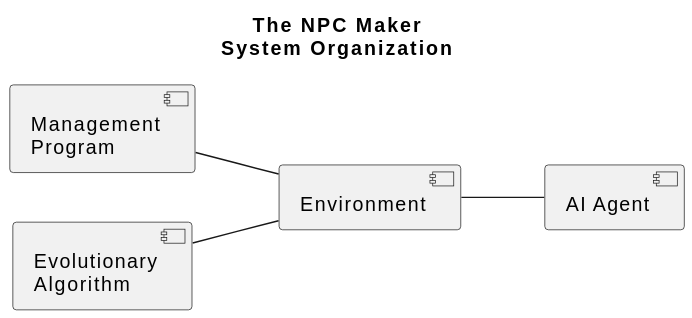
Above: docs/images/system_organization.svg in ctrl-z-9000-times/npc_maker (PlantUML), before the change. Its diagram source:
```plantuml
@startuml
left to right direction

title The NPC Maker\nSystem Organization

[Management\nProgram] as mgmt
[Evolutionary\nAlgorithm] as evo
[Environment] as env
[AI Agent] as ctrl

mgmt -- env
evo -- env
env -- ctrl
@enduml
```
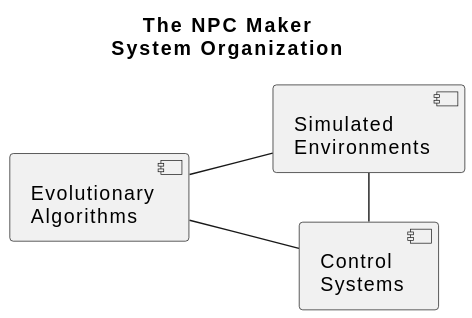
After the change.

What changed in the source:
```diff
@@ -3,12 +3,11 @@
 
 title The NPC Maker\nSystem Organization
 
-[Management\nProgram] as mgmt
-[Evolutionary\nAlgorithm] as evo
-[Environment] as env
-[AI Agent] as ctrl
+[Evolutionary\nAlgorithms] as evo
+[Simulated\nEnvironments] as env
+[Control\nSystems] as ctrl
 
-mgmt -- env
 evo -- env
-env -- ctrl
+env - ctrl
+evo - ctrl
 @enduml
```
